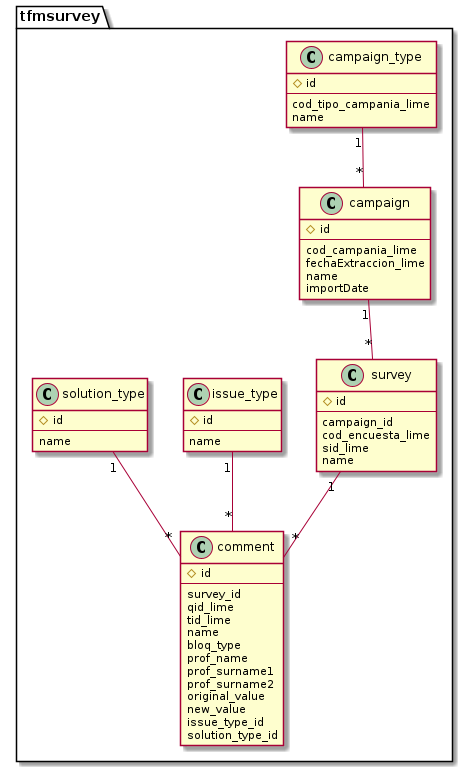
This is plantuml/basedatos.png from dsm9/TreballFiMaster, a PlantUML export, as it was before one commit.
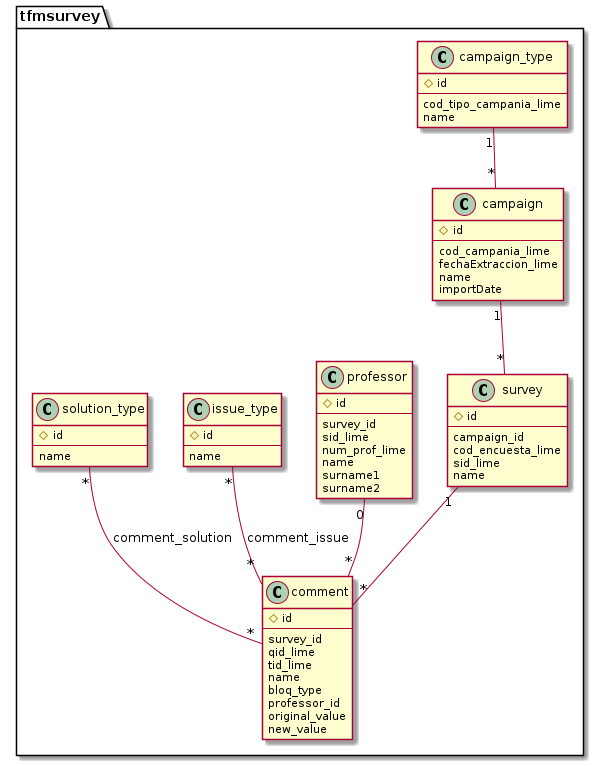
After the commit.

The edit, as a diff of the source:
```diff
@@ -25,6 +25,17 @@
 		name
 	}
 
+	class professor {
+		#id
+		--
+		survey_id
+		sid_lime
+		num_prof_lime
+		name
+		surname1
+		surname2
+	}
+
 	class comment {
 		#id
 		--
@@ -33,13 +44,9 @@
 		tid_lime
 		name
 		bloq_type
-		prof_name
-		prof_surname1
-		prof_surname2
+		professor_id
 		original_value
 		new_value
-		issue_type_id
-		solution_type_id
 	}
 
 	class issue_type {
@@ -57,8 +64,9 @@
 	campaign_type "1"--"*" campaign
 	campaign "1"--"*" survey
 	survey "1"--"*" comment
-	issue_type "1"--"*" comment
-	solution_type "1"--"*" comment
+	professor "0"--"*" comment
+	issue_type "*"--"*" comment : comment_issue
+	solution_type "*"--"*" comment : comment_solution
 }
 
 @enduml
```
